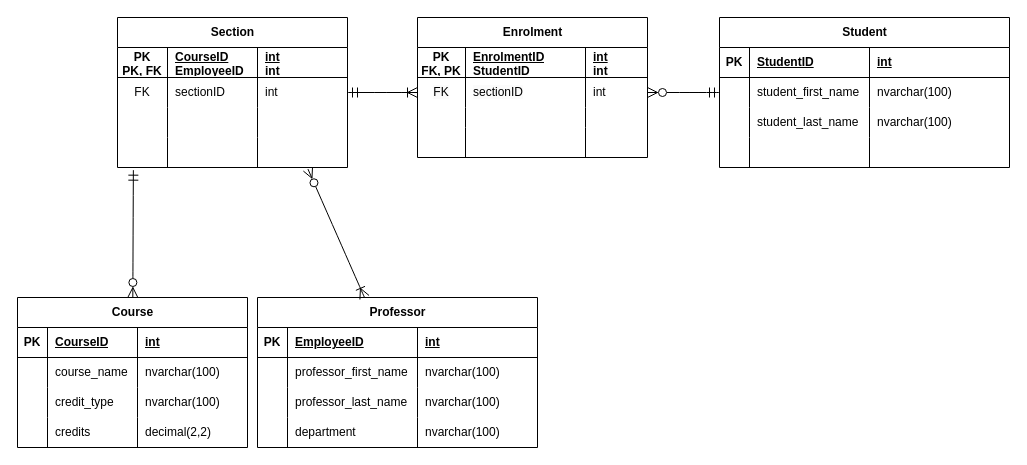
Before: 2NF.drawio in ConnorGaskill/UML, a draw.io diagram. Source tidied: cells renumbered, new cells numbered last; positions are measured from the earlier drawing's top-left corner, leaving out a move shared by most shapes. Both pictures are drawn from the tidied source at 100%, with x=0, y=0 at pixel (17, 17).
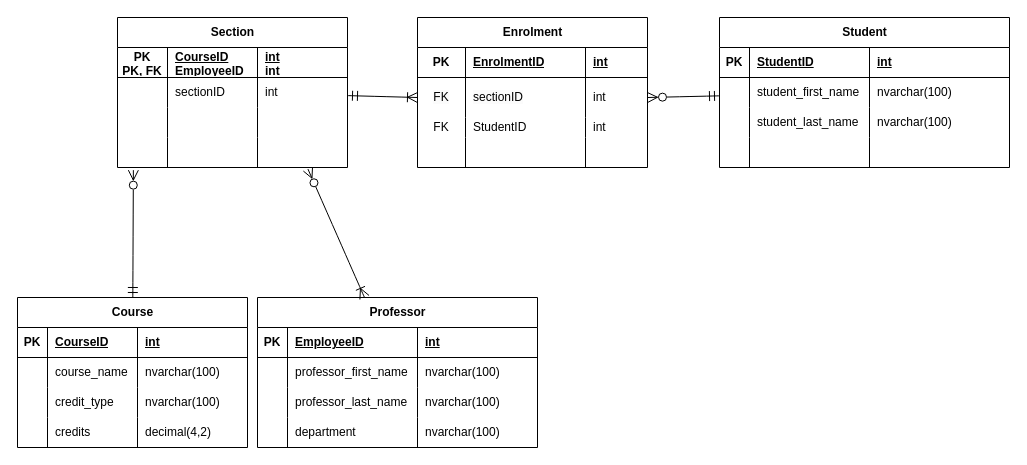
Above is the later version.

Unchanged cells that the change refers to:
```xml
<mxCell id="2" value="Course" style="shape=table;startSize=30;childLayout=tableLayout;rowLines=0;fontStyle=1;align=center;html=1;" parent="1" vertex="1">
  <mxGeometry y="280" width="230" height="150" as="geometry" />
</mxCell>
<mxCell id="15" style="shape=tableRow;horizontal=0;startSize=0;swimlaneHead=0;swimlaneBody=0;fillColor=none;top=0;left=0;right=0;bottom=0;" parent="2" vertex="1">
  <mxGeometry y="120" width="230" height="30" as="geometry" />
</mxCell>
<mxCell id="55" style="shape=tableRow;horizontal=0;startSize=0;swimlaneHead=0;swimlaneBody=0;fillColor=none;top=0;left=0;right=0;bottom=1;" parent="54" vertex="1">
  <mxGeometry y="30" width="230" height="30" as="geometry" />
</mxCell>
<mxCell id="76" style="shape=tableRow;horizontal=0;startSize=0;swimlaneHead=0;swimlaneBody=0;fillColor=none;points=[[0,0.5],[1,0.5]];portConstraint=eastwest;top=0;left=0;right=0;bottom=0;" parent="71" vertex="1">
  <mxGeometry y="60" width="230" height="30" as="geometry" />
</mxCell>
<mxCell id="84" style="shape=tableRow;horizontal=0;startSize=0;swimlaneHead=0;swimlaneBody=0;fillColor=none;points=[[0,0.5],[1,0.5]];portConstraint=eastwest;top=0;left=0;right=0;bottom=0;" parent="71" vertex="1">
  <mxGeometry y="120" width="230" height="30" as="geometry" />
</mxCell>
```

The edit, as a diff of the source:
```diff
@@
-    <mxCell id="18" value="decimal(2,2)" style="shape=partialRectangle;fillColor=none;top=0;left=0;bottom=0;right=0;align=left;spacingLeft=6;overflow=hidden;whiteSpace=wrap;html=1;" parent="15" vertex="1">
+    <mxCell id="18" value="decimal(4,2)" style="shape=partialRectangle;fillColor=none;top=0;left=0;bottom=0;right=0;align=left;spacingLeft=6;overflow=hidden;whiteSpace=wrap;html=1;" parent="15" vertex="1">
       <mxGeometry x="120" width="110" height="30" as="geometry" />
     </mxCell>
@@
     <mxCell id="54" value="Enrolment" style="shape=table;startSize=30;childLayout=tableLayout;rowLines=0;fontStyle=1;align=center;html=1;" parent="1" vertex="1">
-      <mxGeometry x="400" width="230" height="140" as="geometry" />
+      <mxGeometry x="400" width="230" height="150" as="geometry" />
     </mxCell>
@@
-    <mxCell id="56" value="PK&lt;div&gt;FK, PK&lt;/div&gt;" style="shape=partialRectangle;fillColor=none;top=0;left=0;bottom=0;right=0;fontStyle=1;overflow=hidden;whiteSpace=wrap;html=1;" parent="55" vertex="1">
+    <mxCell id="56" value="PK" style="shape=partialRectangle;fillColor=none;top=0;left=0;bottom=0;right=0;fontStyle=1;overflow=hidden;whiteSpace=wrap;html=1;" parent="55" vertex="1">
       <mxGeometry width="48" height="30" as="geometry" />
     </mxCell>
-    <mxCell id="57" value="EnrolmentID&lt;div&gt;StudentID&lt;/div&gt;" style="shape=partialRectangle;fillColor=none;top=0;left=0;bottom=0;right=0;align=left;spacingLeft=6;fontStyle=5;overflow=hidden;whiteSpace=wrap;html=1;" parent="55" vertex="1">
+    <mxCell id="57" value="EnrolmentID" style="shape=partialRectangle;fillColor=none;top=0;left=0;bottom=0;right=0;align=left;spacingLeft=6;fontStyle=5;overflow=hidden;whiteSpace=wrap;html=1;" parent="55" vertex="1">
       <mxGeometry x="48" width="120" height="30" as="geometry" />
     </mxCell>
-    <mxCell id="58" value="int&lt;div&gt;int&lt;/div&gt;" style="shape=partialRectangle;fillColor=none;top=0;left=0;bottom=0;right=0;align=left;spacingLeft=6;fontStyle=5;overflow=hidden;whiteSpace=wrap;html=1;" parent="55" vertex="1">
+    <mxCell id="58" value="int" style="shape=partialRectangle;fillColor=none;top=0;left=0;bottom=0;right=0;align=left;spacingLeft=6;fontStyle=5;overflow=hidden;whiteSpace=wrap;html=1;" parent="55" vertex="1">
       <mxGeometry x="168" width="62" height="30" as="geometry" />
     </mxCell>
     <mxCell id="59" style="shape=tableRow;horizontal=0;startSize=0;swimlaneHead=0;swimlaneBody=0;fillColor=none;points=[[0,0.5],[1,0.5]];portConstraint=eastwest;top=0;left=0;right=0;bottom=0;" parent="54" vertex="1">
-      <mxGeometry y="60" width="230" height="30" as="geometry" />
+      <mxGeometry y="60" width="230" height="40" as="geometry" />
     </mxCell>
     <mxCell id="60" value="&lt;span style=&quot;color: rgb(0, 0, 0); font-family: Helvetica; font-size: 12px; font-style: normal; font-variant-ligatures: normal; font-variant-caps: normal; font-weight: 400; letter-spacing: normal; orphans: 2; text-align: center; text-indent: 0px; text-transform: none; widows: 2; word-spacing: 0px; -webkit-text-stroke-width: 0px; white-space: normal; background-color: rgb(251, 251, 251); text-decoration-thickness: initial; text-decoration-style: initial; text-decoration-color: initial; float: none; display: inline !important;&quot;&gt;FK&lt;/span&gt;" style="shape=partialRectangle;fillColor=none;top=0;left=0;bottom=0;right=0;overflow=hidden;whiteSpace=wrap;html=1;" parent="59" vertex="1">
-      <mxGeometry width="48" height="30" as="geometry" />
+      <mxGeometry width="48" height="40" as="geometry" />
     </mxCell>
     <mxCell id="61" value="&lt;span style=&quot;color: rgb(0, 0, 0); font-family: Helvetica; font-size: 12px; font-style: normal; font-variant-ligatures: normal; font-variant-caps: normal; font-weight: 400; letter-spacing: normal; orphans: 2; text-align: left; text-indent: 0px; text-transform: none; widows: 2; word-spacing: 0px; -webkit-text-stroke-width: 0px; white-space: normal; background-color: rgb(251, 251, 251); text-decoration-thickness: initial; text-decoration-style: initial; text-decoration-color: initial; float: none; display: inline !important;&quot;&gt;sectionID&lt;/span&gt;" style="shape=partialRectangle;fillColor=none;top=0;left=0;bottom=0;right=0;align=left;spacingLeft=6;overflow=hidden;whiteSpace=wrap;html=1;" parent="59" vertex="1">
-      <mxGeometry x="48" width="120" height="30" as="geometry" />
+      <mxGeometry x="48" width="120" height="40" as="geometry" />
     </mxCell>
     <mxCell id="62" value="int" style="shape=partialRectangle;fillColor=none;top=0;left=0;bottom=0;right=0;align=left;spacingLeft=6;overflow=hidden;whiteSpace=wrap;html=1;" parent="59" vertex="1">
-      <mxGeometry x="168" width="62" height="30" as="geometry" />
+      <mxGeometry x="168" width="62" height="40" as="geometry" />
     </mxCell>
     <mxCell id="63" style="shape=tableRow;horizontal=0;startSize=0;swimlaneHead=0;swimlaneBody=0;fillColor=none;top=0;left=0;right=0;bottom=0;" parent="54" vertex="1">
-      <mxGeometry y="90" width="230" height="20" as="geometry" />
+      <mxGeometry y="100" width="230" height="20" as="geometry" />
     </mxCell>
-    <mxCell id="64" style="shape=partialRectangle;fillColor=none;top=0;left=0;bottom=0;right=0;overflow=hidden;whiteSpace=wrap;html=1;" parent="63" vertex="1">
+    <mxCell id="64" value="FK" style="shape=partialRectangle;fillColor=none;top=0;left=0;bottom=0;right=0;overflow=hidden;whiteSpace=wrap;html=1;" parent="63" vertex="1">
       <mxGeometry width="48" height="20" as="geometry" />
     </mxCell>
-    <mxCell id="65" style="shape=partialRectangle;fillColor=none;top=0;left=0;bottom=0;right=0;align=left;spacingLeft=6;overflow=hidden;whiteSpace=wrap;html=1;" parent="63" vertex="1">
+    <mxCell id="65" value="StudentID" style="shape=partialRectangle;fillColor=none;top=0;left=0;bottom=0;right=0;align=left;spacingLeft=6;overflow=hidden;whiteSpace=wrap;html=1;" parent="63" vertex="1">
       <mxGeometry x="48" width="120" height="20" as="geometry" />
     </mxCell>
-    <mxCell id="66" style="shape=partialRectangle;fillColor=none;top=0;left=0;bottom=0;right=0;align=left;spacingLeft=6;overflow=hidden;whiteSpace=wrap;html=1;" parent="63" vertex="1">
+    <mxCell id="66" value="int" style="shape=partialRectangle;fillColor=none;top=0;left=0;bottom=0;right=0;align=left;spacingLeft=6;overflow=hidden;whiteSpace=wrap;html=1;" parent="63" vertex="1">
       <mxGeometry x="168" width="62" height="20" as="geometry" />
     </mxCell>
     <mxCell id="67" style="shape=tableRow;horizontal=0;startSize=0;swimlaneHead=0;swimlaneBody=0;fillColor=none;top=0;left=0;right=0;bottom=0;" parent="54" vertex="1">
-      <mxGeometry y="110" width="230" height="30" as="geometry" />
+      <mxGeometry y="120" width="230" height="30" as="geometry" />
     </mxCell>
@@
-    <mxCell id="77" value="FK" style="shape=partialRectangle;fillColor=none;top=0;left=0;bottom=0;right=0;overflow=hidden;whiteSpace=wrap;html=1;" parent="76" vertex="1">
+    <mxCell id="77" style="shape=partialRectangle;fillColor=none;top=0;left=0;bottom=0;right=0;overflow=hidden;whiteSpace=wrap;html=1;" parent="76" vertex="1">
       <mxGeometry width="50" height="30" as="geometry" />
     </mxCell>
@@
-    <mxCell id="88" style="edgeStyle=none;curved=1;rounded=0;jettySize=auto;html=1;entryX=0.069;entryY=1.089;entryDx=0;entryDy=0;entryPerimeter=0;fontSize=12;startSize=8;endSize=8;endArrow=ERmandOne;endFill=0;startArrow=ERzeroToMany;startFill=0;" parent="1" edge="1" source="2" target="84">
+    <mxCell id="88" style="edgeStyle=none;curved=1;rounded=0;jettySize=auto;html=1;entryX=0.069;entryY=1.089;entryDx=0;entryDy=0;entryPerimeter=0;fontSize=12;startSize=8;endSize=8;endArrow=ERzeroToMany;endFill=0;startArrow=ERmandOne;startFill=0;" parent="1" edge="1" source="2" target="84">
       <mxGeometry relative="1" as="geometry" />
     </mxCell>
```
